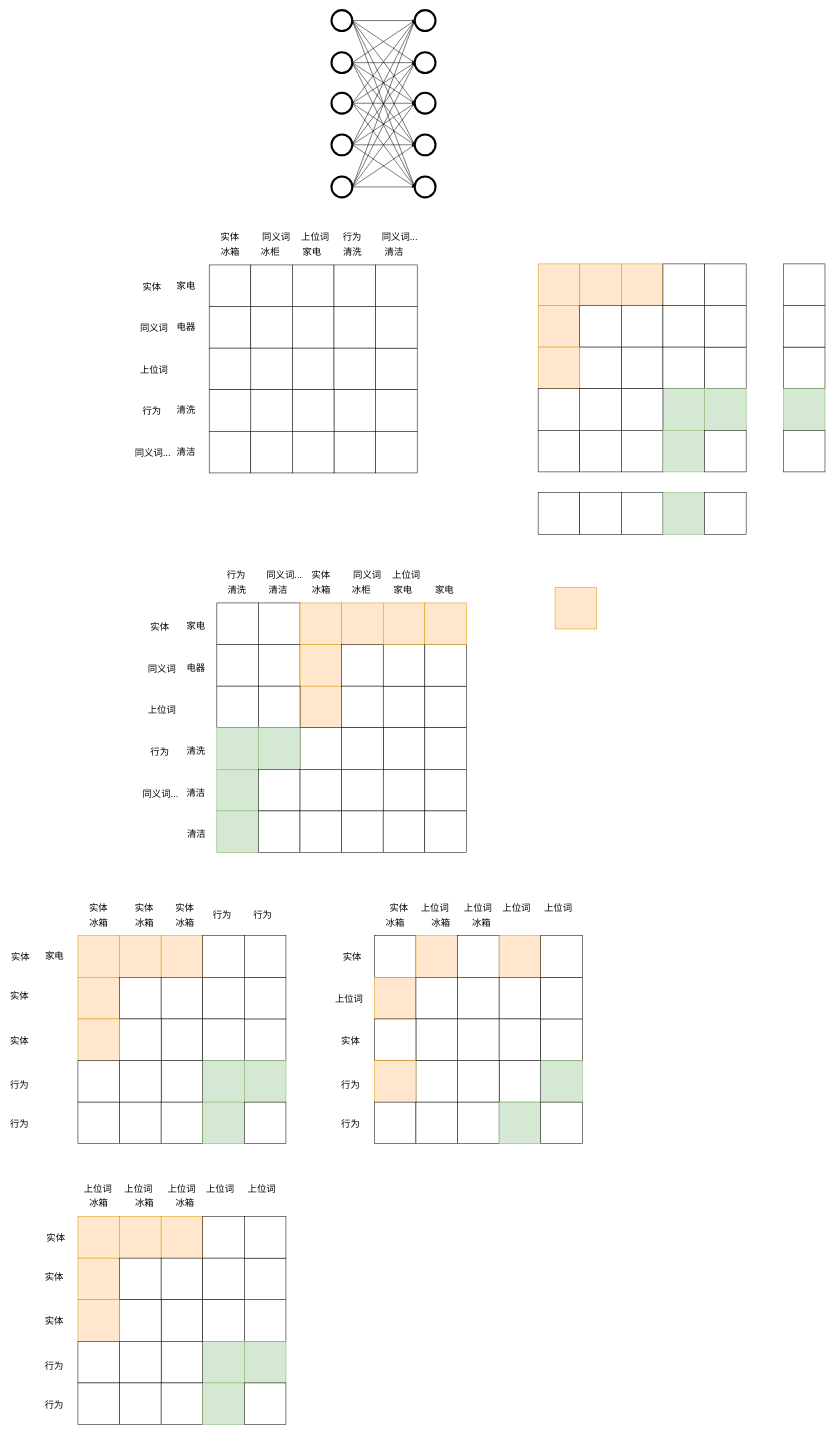
The draw.io diagram Untitled Diagram.drawio in gouxute/leetcode, before the edit. Source tidied: cells renumbered, new cells numbered last; positions are measured from the earlier drawing's top-left corner, leaving out a move shared by most shapes. Both pictures are drawn from the tidied source at 52%, with x=0, y=0 at pixel (9, 10).
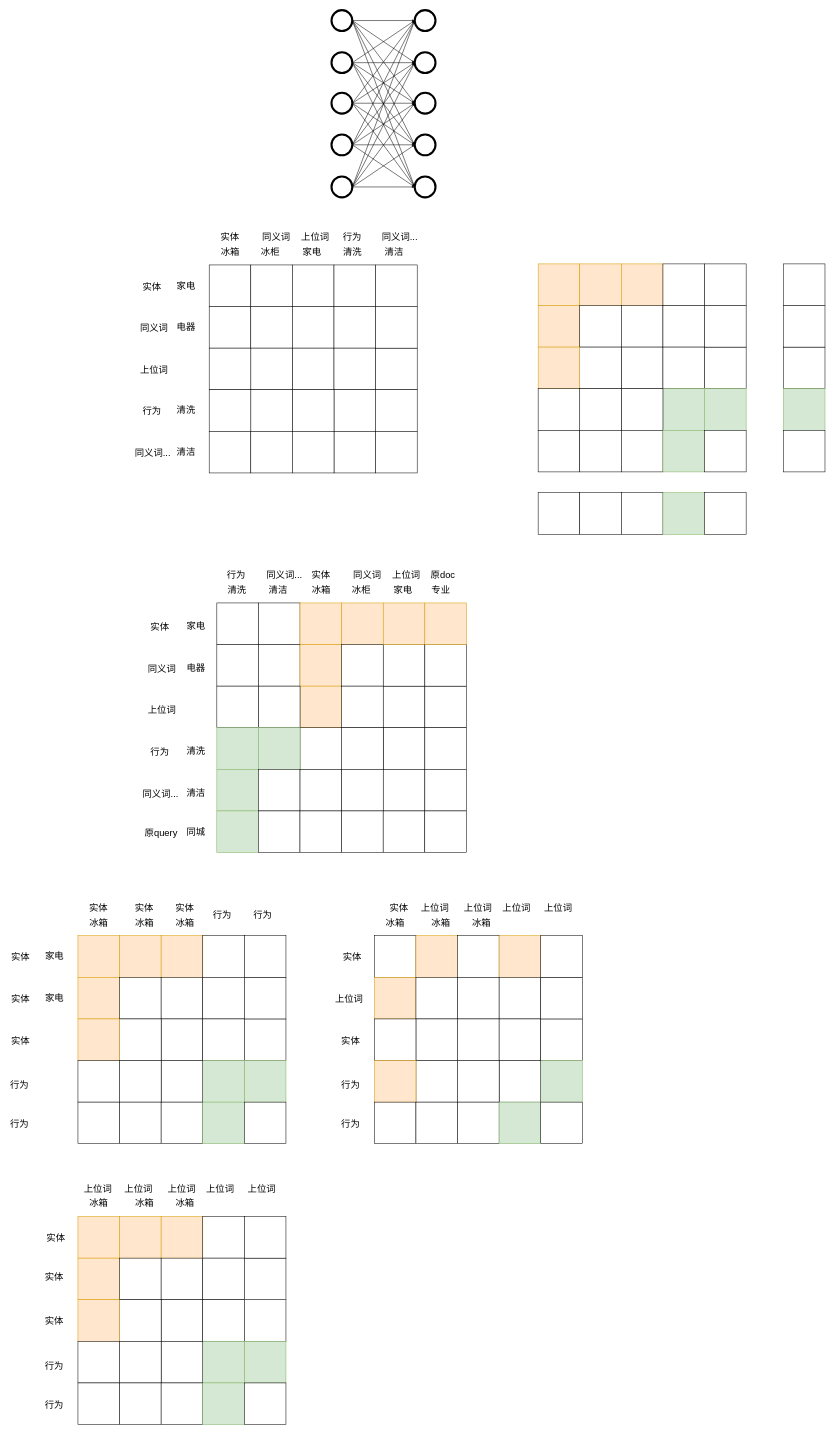
After the change.

The edit, as a diff of the source:
```diff
@@
     <mxCell id="157" value="&lt;span style=&quot;color: rgb(0, 0, 0); font-family: helvetica; font-size: 18px; font-style: normal; font-weight: 400; letter-spacing: normal; text-align: center; text-indent: 0px; text-transform: none; word-spacing: 0px; display: inline; float: none;&quot;&gt;实体&lt;/span&gt;" style="text;whiteSpace=wrap;html=1;fontSize=18;gradientDirection=north;rounded=1;labelBackgroundColor=none;" parent="1" vertex="1">
-      <mxGeometry y="1880" width="50" height="30" as="geometry" />
+      <mxGeometry x="2.4" y="1885" width="50" height="30" as="geometry" />
     </mxCell>
     <mxCell id="158" value="&lt;span style=&quot;color: rgb(0, 0, 0); font-family: helvetica; font-size: 18px; font-style: normal; font-weight: 400; letter-spacing: normal; text-align: center; text-indent: 0px; text-transform: none; word-spacing: 0px; display: inline; float: none;&quot;&gt;实体&lt;/span&gt;" style="text;whiteSpace=wrap;html=1;fontSize=18;gradientDirection=north;rounded=1;labelBackgroundColor=none;" parent="1" vertex="1">
-      <mxGeometry y="1965" width="50" height="30" as="geometry" />
+      <mxGeometry x="2.4" y="1965" width="50" height="30" as="geometry" />
     </mxCell>
@@
-    <mxCell id="275" style="whiteSpace=wrap;html=1;fillColor=#ffe6cc;strokeColor=#d79b00;" parent="1" vertex="1">
-      <mxGeometry x="1050" y="1110" width="80" height="80" as="geometry" />
-    </mxCell>
@@
-    <mxCell id="281" value="&lt;font style=&quot;font-size: 18px&quot;&gt;家电&lt;/font&gt;" style="text;html=1;align=center;verticalAlign=middle;fontSize=18;" parent="1" vertex="1">
-      <mxGeometry x="812.2" y="1100" width="50" height="30" as="geometry" />
+    <mxCell id="281" value="&lt;font style=&quot;font-size: 18px&quot;&gt;同城&lt;/font&gt;" style="text;html=1;align=center;verticalAlign=middle;fontSize=18;" parent="1" vertex="1">
+      <mxGeometry x="334.2" y="1565" width="50" height="30" as="geometry" />
     </mxCell>
@@
-    <mxCell id="287" value="清洁" style="text;html=1;align=center;verticalAlign=middle;fontSize=18;" parent="1" vertex="1">
-      <mxGeometry x="335.1" y="1570" width="50" height="30" as="geometry" />
-    </mxCell>
@@
+    <mxCell id="289" value="家电" style="text;html=1;align=center;verticalAlign=middle;fontSize=18;" parent="1" vertex="1">
+      <mxGeometry x="62.4" y="1885" width="50" height="30" as="geometry" />
+    </mxCell>
+    <mxCell id="290" value="&lt;font style=&quot;font-size: 18px&quot;&gt;专业&lt;br&gt;&lt;/font&gt;" style="text;html=1;align=center;verticalAlign=middle;fontSize=18;" parent="1" vertex="1">
+      <mxGeometry x="805" y="1100" width="50" height="30" as="geometry" />
+    </mxCell>
+    <mxCell id="291" value="&lt;div style=&quot;text-align: center&quot;&gt;&lt;span&gt;&lt;font face=&quot;helvetica&quot;&gt;原doc&lt;/font&gt;&lt;/span&gt;&lt;/div&gt;" style="text;whiteSpace=wrap;html=1;fontSize=18;labelBackgroundColor=none;" parent="1" vertex="1">
+      <mxGeometry x="809.2" y="1069" width="60.6" height="30" as="geometry" />
+    </mxCell>
+    <mxCell id="292" value="&lt;div style=&quot;text-align: center&quot;&gt;&lt;span&gt;&lt;font face=&quot;helvetica&quot;&gt;原query&lt;/font&gt;&lt;/span&gt;&lt;/div&gt;" style="text;whiteSpace=wrap;html=1;fontSize=18;labelBackgroundColor=none;" parent="1" vertex="1">
+      <mxGeometry x="259.1" y="1565" width="70.8" height="30" as="geometry" />
+    </mxCell>
```
